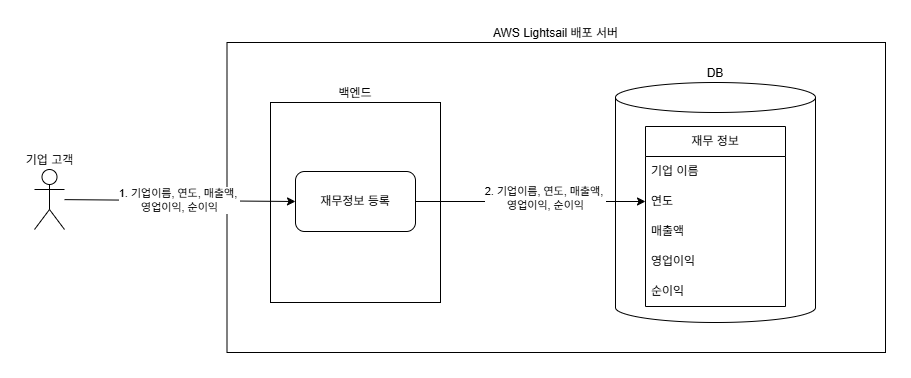
hopencode/cc_stock_trading keeps this draw.io diagram as images/diagram/CC 기업고객 전용 기능 부분.png. Above is the earlier version. Source tidied: cells renumbered, new cells last; positions are measured from the earlier drawing's top-left corner, leaving out a move shared by most shapes. The source it was exported from:
```xml
<mxGraphModel>
  <root>
    <mxCell id="0" />
    <mxCell id="1" parent="0" />
    <mxCell id="2" value="기업 고객" style="shape=umlActor;verticalLabelPosition=top;verticalAlign=bottom;html=1;outlineConnect=0;labelPosition=center;align=center;" parent="1" vertex="1">
      <mxGeometry y="127" width="30" height="60" as="geometry" />
    </mxCell>
    <mxCell id="3" value="AWS Lightsail 배포 서버" style="whiteSpace=wrap;html=1;labelPosition=center;verticalLabelPosition=top;align=center;verticalAlign=bottom;" parent="1" vertex="1">
      <mxGeometry x="192.5" width="658.5" height="310" as="geometry" />
    </mxCell>
    <mxCell id="4" value="DB" style="shape=cylinder3;whiteSpace=wrap;html=1;boundedLbl=1;backgroundOutline=1;size=15;labelPosition=center;verticalLabelPosition=top;align=center;verticalAlign=bottom;labelBackgroundColor=default;" parent="1" vertex="1">
      <mxGeometry x="581" y="40" width="200" height="240" as="geometry" />
    </mxCell>
    <mxCell id="5" value="재무정보 등록" style="rounded=1;whiteSpace=wrap;html=1;" parent="1" vertex="1">
      <mxGeometry x="261" y="129" width="120" height="60" as="geometry" />
    </mxCell>
    <mxCell id="6" value="&lt;div&gt;&lt;span style=&quot;background-color: light-dark(#ffffff, var(--ge-dark-color, #121212)); color: light-dark(rgb(0, 0, 0), rgb(255, 255, 255));&quot;&gt;1. 기업이름, 연도, 매출액,&amp;nbsp;&lt;/span&gt;&lt;/div&gt;&lt;div&gt;&lt;span style=&quot;background-color: light-dark(#ffffff, var(--ge-dark-color, #121212)); color: light-dark(rgb(0, 0, 0), rgb(255, 255, 255));&quot;&gt;영업이익, 순이익&lt;/span&gt;&lt;/div&gt;" style="endArrow=classic;html=1;rounded=0;" parent="1" edge="1" source="2">
      <mxGeometry relative="1" as="geometry">
        <mxPoint x="261" y="159" as="targetPoint" />
      </mxGeometry>
    </mxCell>
    <mxCell id="7" value="재무 정보" style="swimlane;fontStyle=0;horizontal=1;startSize=30;whiteSpace=wrap;html=1;" parent="1" vertex="1">
      <mxGeometry x="611" y="84" width="140" height="180" as="geometry" />
    </mxCell>
    <mxCell id="8" value="기업 이름" style="text;strokeColor=none;fillColor=none;align=left;verticalAlign=middle;spacingLeft=4;spacingRight=4;overflow=hidden;whiteSpace=wrap;html=1;" parent="7" vertex="1">
      <mxGeometry y="30" width="140" height="30" as="geometry" />
    </mxCell>
    <mxCell id="9" value="연도" style="text;strokeColor=none;fillColor=none;align=left;verticalAlign=middle;spacingLeft=4;spacingRight=4;overflow=hidden;points=[[0,0.5],[1,0.5]];portConstraint=eastwest;whiteSpace=wrap;html=1;" parent="7" vertex="1">
      <mxGeometry y="60" width="140" height="30" as="geometry" />
    </mxCell>
    <mxCell id="10" value="매출액" style="text;strokeColor=none;fillColor=none;align=left;verticalAlign=middle;spacingLeft=4;spacingRight=4;overflow=hidden;whiteSpace=wrap;html=1;" parent="7" vertex="1">
      <mxGeometry y="90" width="140" height="30" as="geometry" />
    </mxCell>
    <mxCell id="11" value="영업이익" style="text;strokeColor=none;fillColor=none;align=left;verticalAlign=middle;spacingLeft=4;spacingRight=4;overflow=hidden;whiteSpace=wrap;html=1;" parent="7" vertex="1">
      <mxGeometry y="120" width="140" height="30" as="geometry" />
    </mxCell>
    <mxCell id="12" value="순이익" style="text;strokeColor=none;fillColor=none;align=left;verticalAlign=middle;spacingLeft=4;spacingRight=4;overflow=hidden;whiteSpace=wrap;html=1;" parent="7" vertex="1">
      <mxGeometry y="150" width="140" height="30" as="geometry" />
    </mxCell>
    <mxCell id="13" style="endArrow=classic;html=1;rounded=0;exitX=1;exitY=0.5;exitDx=0;exitDy=0;entryX=0;entryY=0.5;entryDx=0;entryDy=0;" parent="1" edge="1" source="5" target="9">
      <mxGeometry relative="1" as="geometry" />
    </mxCell>
    <mxCell id="14" value="&lt;div&gt;&lt;span style=&quot;color: light-dark(rgb(0, 0, 0), rgb(255, 255, 255));&quot;&gt;2. 기업이름, 연도, 매출액,&amp;nbsp;&lt;/span&gt;&lt;/div&gt;&lt;div&gt;&lt;span style=&quot;color: light-dark(rgb(0, 0, 0), rgb(255, 255, 255));&quot;&gt;영업이익, 순이익&lt;/span&gt;&lt;/div&gt;" style="edgeLabel;html=1;align=center;verticalAlign=middle;" parent="13" vertex="1">
      <mxGeometry x="0.12" y="4" relative="1" as="geometry" />
    </mxCell>
    <mxCell id="15" value="백엔드" style="rounded=0;whiteSpace=wrap;html=1;fillColor=none;labelPosition=center;verticalLabelPosition=top;align=center;verticalAlign=bottom;" parent="1" vertex="1">
      <mxGeometry x="236" y="60" width="170" height="200" as="geometry" />
    </mxCell>
  </root>
</mxGraphModel>
```
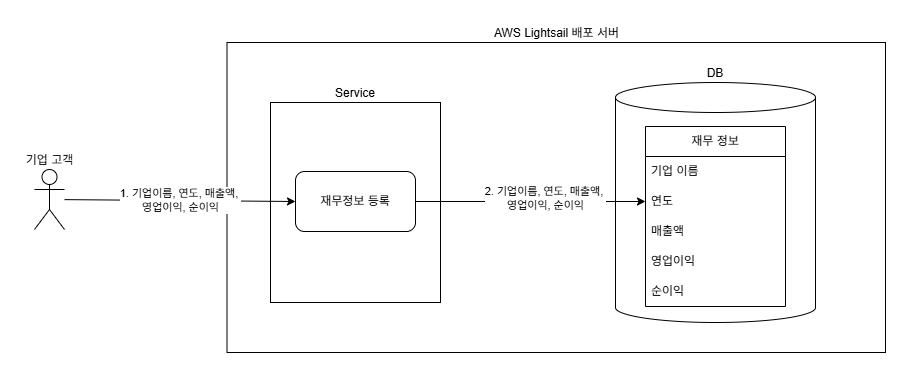
The same diagram one commit later.

Change to the diagram source:
```diff
@@ -43,7 +43,7 @@
     <mxCell id="14" value="&lt;div&gt;&lt;span style=&quot;color: light-dark(rgb(0, 0, 0), rgb(255, 255, 255));&quot;&gt;2. 기업이름, 연도, 매출액,&amp;nbsp;&lt;/span&gt;&lt;/div&gt;&lt;div&gt;&lt;span style=&quot;color: light-dark(rgb(0, 0, 0), rgb(255, 255, 255));&quot;&gt;영업이익, 순이익&lt;/span&gt;&lt;/div&gt;" style="edgeLabel;html=1;align=center;verticalAlign=middle;" parent="13" vertex="1">
       <mxGeometry x="0.12" y="4" relative="1" as="geometry" />
     </mxCell>
-    <mxCell id="15" value="백엔드" style="rounded=0;whiteSpace=wrap;html=1;fillColor=none;labelPosition=center;verticalLabelPosition=top;align=center;verticalAlign=bottom;" parent="1" vertex="1">
+    <mxCell id="15" value="Service" style="rounded=0;whiteSpace=wrap;html=1;fillColor=none;labelPosition=center;verticalLabelPosition=top;align=center;verticalAlign=bottom;" parent="1" vertex="1">
       <mxGeometry x="236" y="60" width="170" height="200" as="geometry" />
     </mxCell>
   </root>
```
